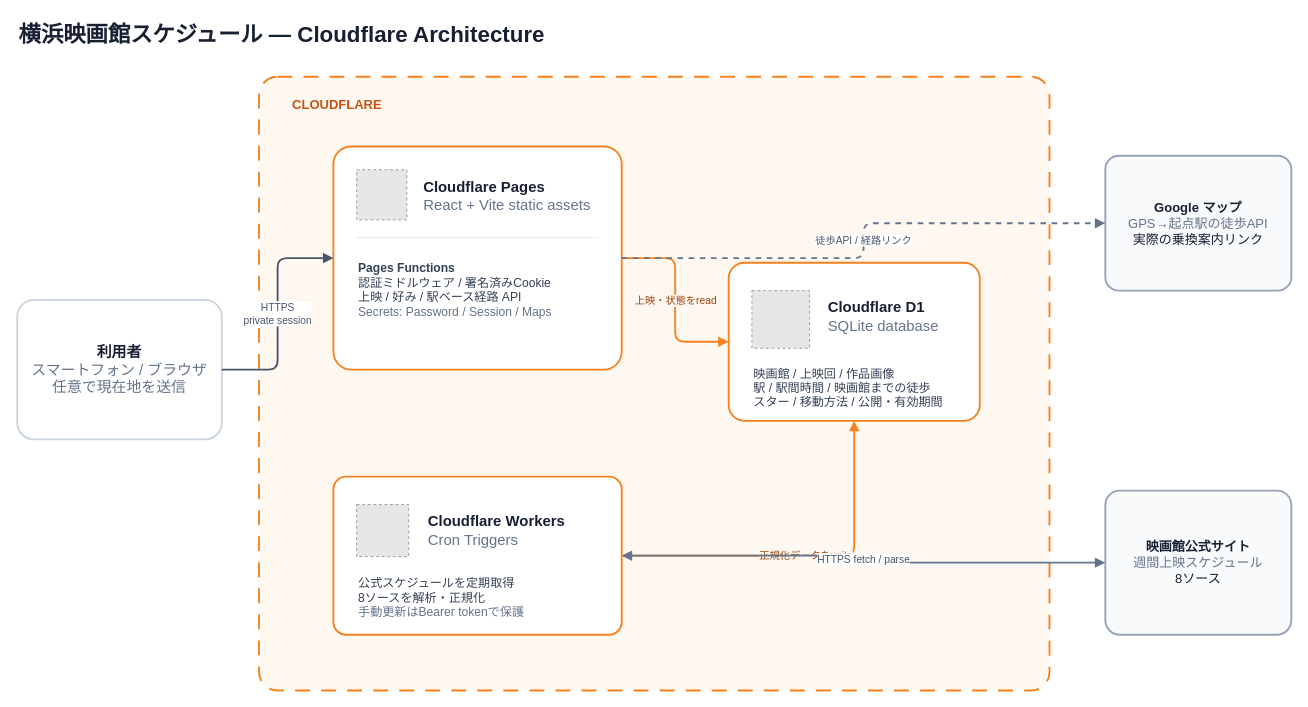
Earlier version of the draw.io diagram docs/architecture/cloudflare-architecture.drawio (daylight55/yokohama-cinema-schedule). Source tidied: cells renumbered, new cells numbered last; positions are measured from the earlier drawing's top-left corner, leaving out a move shared by most shapes. Both pictures are drawn from the tidied source at 93%, with x=0, y=0 at pixel (17, 16). Pictures stored in the file or linked from it are replaced by grey dashed boxes.
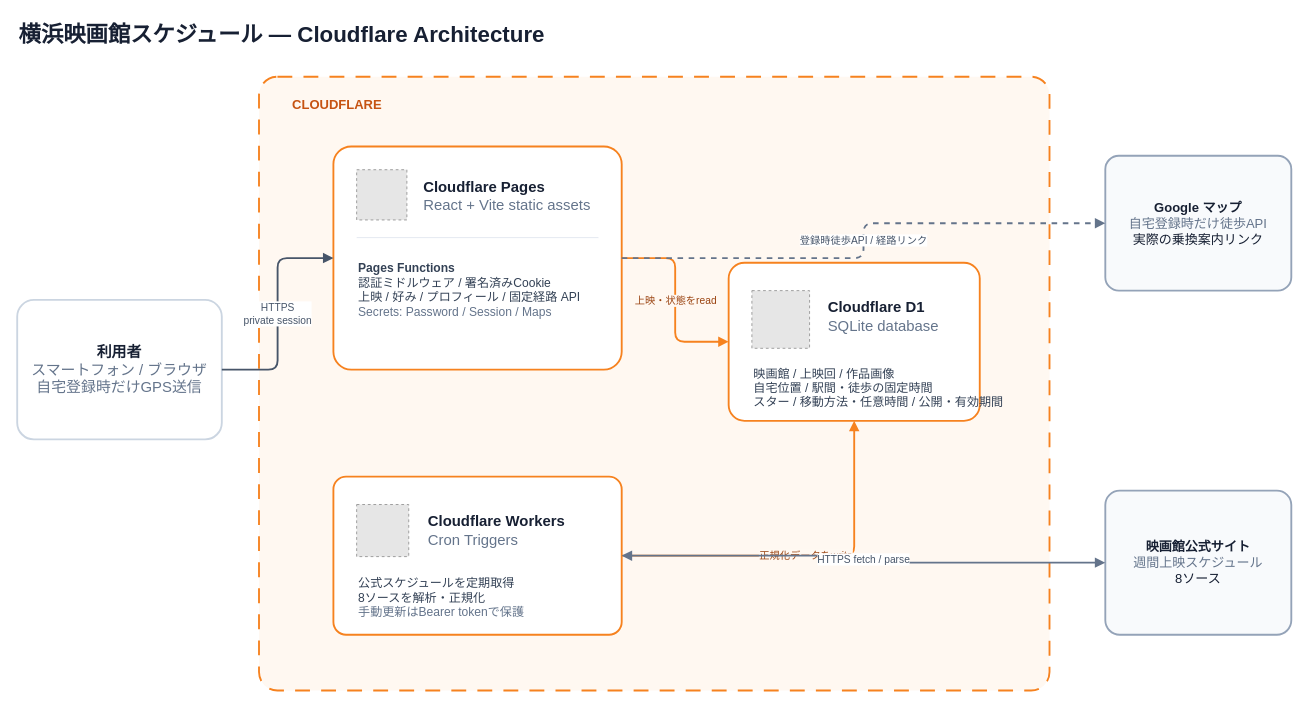
After the change.

Unchanged cells that the change refers to:
```xml
<mxCell id="6" style="rounded=1;whiteSpace=wrap;html=1;arcSize=8;fillColor=#FFFFFF;strokeColor=#F6821F;strokeWidth=2;" parent="1" vertex="1">
  <mxGeometry x="340" y="140" width="310" height="240" as="geometry" />
</mxCell>
```

Diff of the diagram source:
```diff
@@
-    <mxCell id="5" value="&lt;b&gt;利用者&lt;/b&gt;&lt;br&gt;&lt;font color=&quot;#64748B&quot;&gt;スマートフォン / ブラウザ&lt;/font&gt;&lt;br&gt;&lt;font color=&quot;#64748B&quot;&gt;任意で現在地を送信&lt;/font&gt;" style="rounded=1;whiteSpace=wrap;html=1;arcSize=12;fillColor=#FFFFFF;strokeColor=#CBD5E1;strokeWidth=2;align=center;verticalAlign=middle;fontSize=16;fontColor=#172033;spacing=12;" parent="1" vertex="1">
+    <mxCell id="5" value="&lt;b&gt;利用者&lt;/b&gt;&lt;br&gt;&lt;font color=&quot;#64748B&quot;&gt;スマートフォン / ブラウザ&lt;/font&gt;&lt;br&gt;&lt;font color=&quot;#64748B&quot;&gt;自宅登録時だけGPS送信&lt;/font&gt;" style="rounded=1;whiteSpace=wrap;html=1;arcSize=12;fillColor=#FFFFFF;strokeColor=#CBD5E1;strokeWidth=2;align=center;verticalAlign=middle;fontSize=16;fontColor=#172033;spacing=12;" parent="1" vertex="1">
       <mxGeometry y="305" width="220" height="150" as="geometry" />
     </mxCell>
@@
-    <mxCell id="10" value="&lt;b&gt;Pages Functions&lt;/b&gt;&lt;br&gt;認証ミドルウェア / 署名済みCookie&lt;br&gt;上映 / 好み / 駅ベース経路 API&lt;br&gt;&lt;font color=&quot;#64748B&quot;&gt;Secrets: Password / Session / Maps&lt;/font&gt;" style="text;html=1;strokeColor=none;fillColor=none;align=left;verticalAlign=top;fontSize=13;fontColor=#334155;spacingTop=4;" parent="1" vertex="1">
+    <mxCell id="10" value="&lt;b&gt;Pages Functions&lt;/b&gt;&lt;br&gt;認証ミドルウェア / 署名済みCookie&lt;br&gt;上映 / 好み / プロフィール / 固定経路 API&lt;br&gt;&lt;font color=&quot;#64748B&quot;&gt;Secrets: Password / Session / Maps&lt;/font&gt;" style="text;html=1;strokeColor=none;fillColor=none;align=left;verticalAlign=top;fontSize=13;fontColor=#334155;spacingTop=4;" parent="1" vertex="1">
       <mxGeometry x="365" y="253" width="260" height="105" as="geometry" />
     </mxCell>
@@
-    <mxCell id="14" value="映画館 / 上映回 / 作品画像&lt;br&gt;駅 / 駅間時間 / 映画館までの徒歩&lt;br&gt;スター / 移動方法 / 公開・有効期間" style="text;html=1;strokeColor=none;fillColor=none;align=left;verticalAlign=top;fontSize=13;fontColor=#334155;" parent="1" vertex="1">
+    <mxCell id="14" value="映画館 / 上映回 / 作品画像&lt;br&gt;自宅位置 / 駅間・徒歩の固定時間&lt;br&gt;スター / 移動方法・任意時間 / 公開・有効期間" style="text;html=1;strokeColor=none;fillColor=none;align=left;verticalAlign=top;fontSize=13;fontColor=#334155;" parent="1" vertex="1">
       <mxGeometry x="790" y="370" width="220" height="60" as="geometry" />
     </mxCell>
@@
-    <mxCell id="19" value="&lt;b&gt;Google マップ&lt;/b&gt;&lt;br&gt;&lt;font color=&quot;#64748B&quot;&gt;GPS→起点駅の徒歩API&lt;/font&gt;&lt;br&gt;実際の乗換案内リンク" style="rounded=1;whiteSpace=wrap;html=1;arcSize=10;fillColor=#F8FAFC;strokeColor=#94A3B8;strokeWidth=2;align=center;verticalAlign=middle;fontSize=14;fontColor=#172033;spacing=10;" parent="1" vertex="1">
+    <mxCell id="19" value="&lt;b&gt;Google マップ&lt;/b&gt;&lt;br&gt;&lt;font color=&quot;#64748B&quot;&gt;自宅登録時だけ徒歩API&lt;/font&gt;&lt;br&gt;実際の乗換案内リンク" style="rounded=1;whiteSpace=wrap;html=1;arcSize=10;fillColor=#F8FAFC;strokeColor=#94A3B8;strokeWidth=2;align=center;verticalAlign=middle;fontSize=14;fontColor=#172033;spacing=10;" parent="1" vertex="1">
       <mxGeometry x="1170" y="150" width="200" height="145" as="geometry" />
     </mxCell>
@@
-    <mxCell id="24" value="徒歩API / 経路リンク" style="edgeStyle=orthogonalEdgeStyle;rounded=1;jettySize=auto;html=1;strokeWidth=2;endArrow=block;endFill=1;strokeColor=#64748B;dashed=1;fontSize=11;fontColor=#475569;labelBackgroundColor=#FFFFFF;" parent="1" edge="1" source="6" target="19">
+    <mxCell id="24" value="登録時徒歩API / 経路リンク" style="edgeStyle=orthogonalEdgeStyle;rounded=1;jettySize=auto;html=1;strokeWidth=2;endArrow=block;endFill=1;strokeColor=#64748B;dashed=1;fontSize=11;fontColor=#475569;labelBackgroundColor=#FFFFFF;" parent="1" edge="1" source="6" target="19">
       <mxGeometry relative="1" as="geometry" />
     </mxCell>
```
